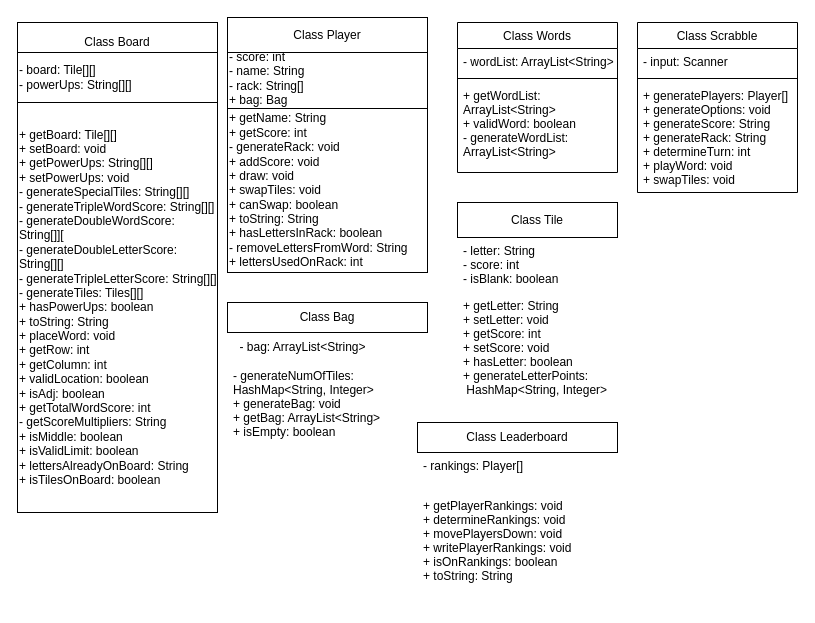
Hasnain271/Scrabble keeps this draw.io diagram as Scrabble UML.drawio. Above is the earlier version. Source tidied: cells renumbered, new cells numbered last; positions are measured from the earlier drawing's top-left corner, leaving out a move shared by most shapes. Both pictures are drawn from the tidied source at 100%, with x=0, y=0 at pixel (17, 17).
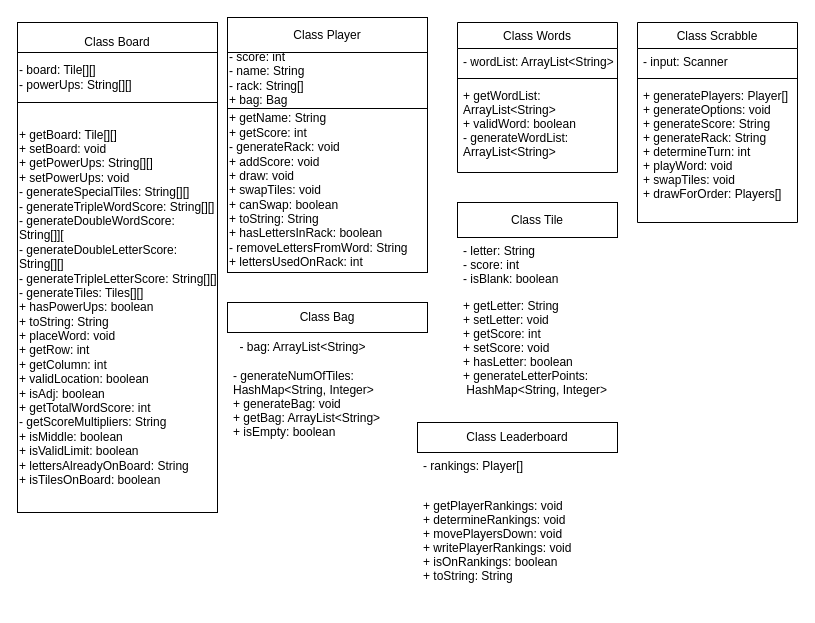
The same page after the edit.

Diff of the diagram source:
```diff
@@
     <mxCell id="20" value="Class Scrabble" style="swimlane;fontStyle=0;align=center;verticalAlign=top;horizontal=1;startSize=26;" parent="1" vertex="1">
-      <mxGeometry x="620" y="5" width="160" height="170" as="geometry" />
+      <mxGeometry x="620" y="5" width="160" height="200" as="geometry" />
     </mxCell>
@@
-    <mxCell id="23" value="+ generatePlayers: Player[]&#10;+ generateOptions: void&#10;+ generateScore: String&#10;+ generateRack: String&#10;+ determineTurn: int&#10;+ playWord: void&#10;+ swapTiles: void&#10;" style="text;strokeColor=none;fillColor=none;align=left;verticalAlign=top;spacingLeft=4;spacingRight=4;overflow=hidden;" parent="20" vertex="1">
-      <mxGeometry y="60" width="160" height="110" as="geometry" />
+    <mxCell id="23" value="+ generatePlayers: Player[]&#10;+ generateOptions: void&#10;+ generateScore: String&#10;+ generateRack: String&#10;+ determineTurn: int&#10;+ playWord: void&#10;+ swapTiles: void&#10;+ drawForOrder: Players[]&#10;" style="text;strokeColor=none;fillColor=none;align=left;verticalAlign=top;spacingLeft=4;spacingRight=4;overflow=hidden;" parent="20" vertex="1">
+      <mxGeometry y="60" width="160" height="140" as="geometry" />
     </mxCell>
```
